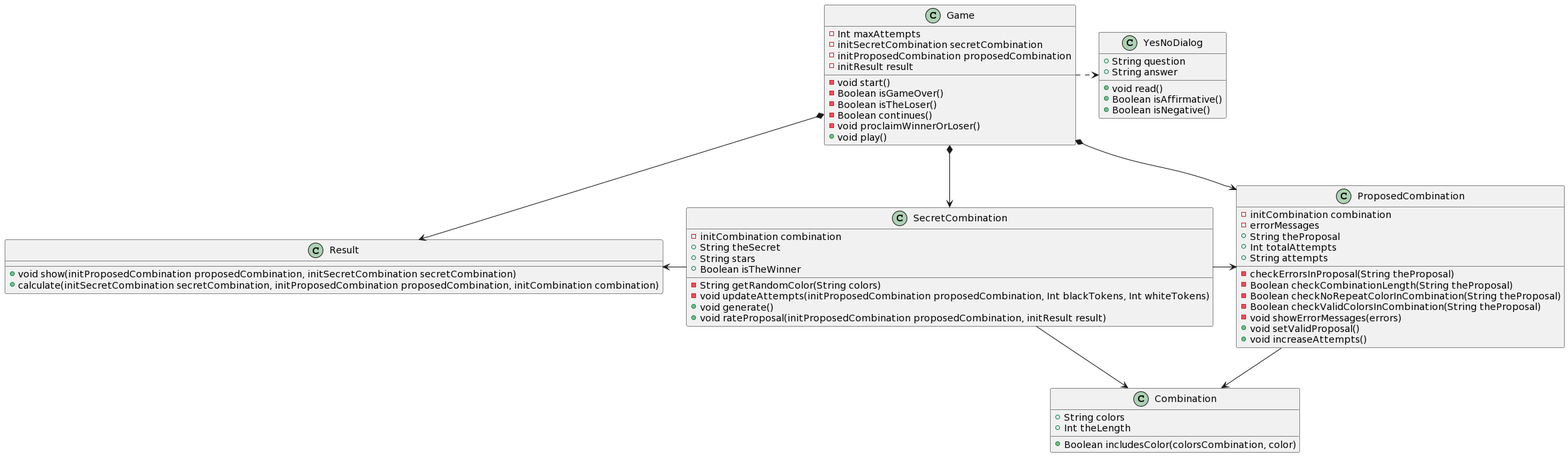
Above: tech-js-basada-objetos/game-mastermind/v0.2/v0.2.1/UML/v0.2.1-mastermind-uml.png in USantaTecla-ed-mpds/lab-lovalace (PlantUML), before the change.
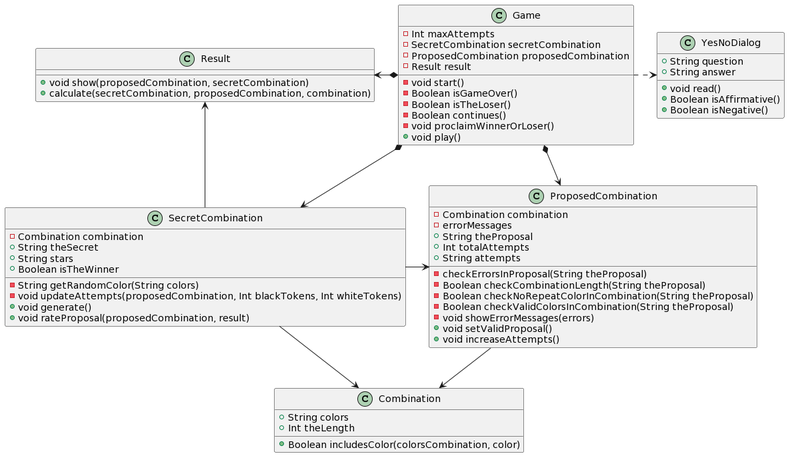
After the commit.

The edit, as a diff of the source:
```diff
@@ -1,9 +1,9 @@
 @startuml
 class Game {
   -Int maxAttempts
-  -initSecretCombination secretCombination
-  -initProposedCombination proposedCombination
-  -initResult result
+  -SecretCombination secretCombination
+  -ProposedCombination proposedCombination
+  -Result result
   -void start()
   -Boolean isGameOver()
   -Boolean isTheLoser()
@@ -21,18 +21,18 @@
 }
 
 class SecretCombination {
-  -initCombination combination
+  -Combination combination
   +String theSecret
   +String stars
   +Boolean isTheWinner
   -String getRandomColor(String colors)
-  -void updateAttempts(initProposedCombination proposedCombination, Int blackTokens, Int whiteTokens)
+  -void updateAttempts(proposedCombination, Int blackTokens, Int whiteTokens)
   +void generate()
-  +void rateProposal(initProposedCombination proposedCombination, initResult result)
+  +void rateProposal(proposedCombination, result)
 }
 
 class ProposedCombination {
-  -initCombination combination
+  -Combination combination
   -errorMessages
   +String theProposal
   +Int totalAttempts
@@ -53,14 +53,14 @@
 }
 
 class Result {
-  +void show(initProposedCombination proposedCombination, initSecretCombination secretCombination)
-  +calculate(initSecretCombination secretCombination, initProposedCombination proposedCombination, initCombination combination)
+  +void show(proposedCombination, secretCombination)
+  +calculate(secretCombination, proposedCombination, combination)
 }
 
 Game .right.> YesNoDialog
 Game *-down-> SecretCombination
 Game *-down-> ProposedCombination
-Game *-down-> Result
+Game *-left-> Result
 SecretCombination -left-> Result
 SecretCombination -right-> ProposedCombination
 SecretCombination -down-> Combination
```
